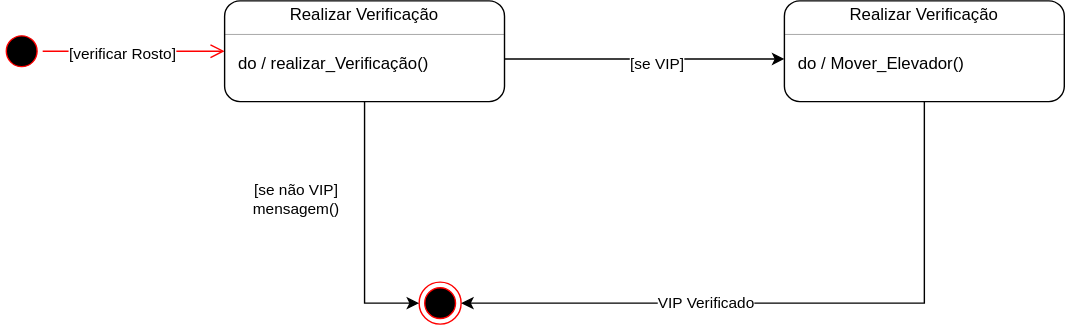
The draw.io diagram Diagrama-Estados/Estado-Verificar-Acesso-VIP.svg in wholocked1/Projeto-2-modelagem, before a commit. Source tidied: cells renumbered, new cells last; positions are measured from the earlier drawing's top-left corner, leaving out a move shared by most shapes. The source it was exported from:
```xml
<mxGraphModel>
  <root>
    <mxCell id="0" />
    <mxCell id="1" parent="0" />
    <mxCell id="2" style="ellipse;html=1;shape=endState;fillColor=#000000;strokeColor=#ff0000;" parent="1" vertex="1">
      <mxGeometry x="299" y="201" width="30" height="30" as="geometry" />
    </mxCell>
    <mxCell id="3" style="ellipse;html=1;shape=startState;fillColor=#000000;strokeColor=#ff0000;" parent="1" vertex="1">
      <mxGeometry y="21" width="30" height="30" as="geometry" />
    </mxCell>
    <mxCell id="4" style="edgeStyle=orthogonalEdgeStyle;html=1;verticalAlign=bottom;endArrow=open;endSize=8;strokeColor=#ff0000;rounded=0;entryX=0;entryY=0.5;entryDx=0;entryDy=0;" parent="1" edge="1" source="3">
      <mxGeometry relative="1" as="geometry">
        <mxPoint x="160" y="36" as="targetPoint" />
      </mxGeometry>
    </mxCell>
    <mxCell id="5" value="[verificar Rosto]" style="edgeLabel;html=1;align=center;verticalAlign=middle;" parent="4" vertex="1">
      <mxGeometry x="-0.14" y="-1" relative="1" as="geometry" />
    </mxCell>
    <mxCell id="6" style="fontStyle=1;align=center;verticalAlign=middle;horizontal=1;rounded=1;absoluteArcSize=1;arcSize=22;" parent="1" vertex="1">
      <mxGeometry x="160" width="200" height="72" as="geometry" />
    </mxCell>
    <mxCell id="7" value="Realizar Verificação" style="html=1;align=center;spacing=0;verticalAlign=middle;strokeColor=none;fillColor=none;whiteSpace=wrap;" parent="6" vertex="1">
      <mxGeometry width="200" height="20" as="geometry" />
    </mxCell>
    <mxCell id="8" style="line;strokeWidth=0.25;fillColor=none;align=left;verticalAlign=middle;spacingTop=-1;spacingLeft=3;spacingRight=3;labelPosition=right;" parent="6" vertex="1">
      <mxGeometry y="20" width="200" height="8" as="geometry" />
    </mxCell>
    <mxCell id="9" style="html=1;align=left;spacing=0;spacingLeft=10;verticalAlign=middle;strokeColor=none;fillColor=none;whiteSpace=wrap;" parent="6" vertex="1">
      <mxGeometry y="28" width="200" height="10" as="geometry" />
    </mxCell>
    <mxCell id="10" value="do / realizar_Verificação()" style="html=1;align=left;spacing=0;spacingLeft=10;verticalAlign=middle;strokeColor=none;fillColor=none;whiteSpace=wrap;" parent="6" vertex="1">
      <mxGeometry y="38" width="200" height="14" as="geometry" />
    </mxCell>
    <mxCell id="11" style="html=1;align=left;spacing=0;spacingLeft=10;verticalAlign=middle;strokeColor=none;fillColor=none;whiteSpace=wrap;" parent="6" vertex="1">
      <mxGeometry y="52" width="200" height="20" as="geometry" />
    </mxCell>
    <mxCell id="12" style="edgeStyle=orthogonalEdgeStyle;rounded=0;jettySize=auto;html=1;exitX=0.5;exitY=1;exitDx=0;exitDy=0;entryX=0;entryY=0.5;entryDx=0;entryDy=0;" parent="1" edge="1" source="11" target="2">
      <mxGeometry relative="1" as="geometry" />
    </mxCell>
    <mxCell id="13" value="[se não VIP]&lt;br&gt;mensagem()" style="edgeLabel;html=1;align=center;verticalAlign=middle;" parent="12" vertex="1">
      <mxGeometry x="-0.52" y="-2" relative="1" as="geometry">
        <mxPoint x="-48" y="25" as="offset" />
      </mxGeometry>
    </mxCell>
    <mxCell id="14" style="fontStyle=1;align=center;verticalAlign=middle;horizontal=1;rounded=1;absoluteArcSize=1;arcSize=22;" parent="1" vertex="1">
      <mxGeometry x="560" width="200" height="72" as="geometry" />
    </mxCell>
    <mxCell id="15" value="Realizar Verificação" style="html=1;align=center;spacing=0;verticalAlign=middle;strokeColor=none;fillColor=none;whiteSpace=wrap;" parent="14" vertex="1">
      <mxGeometry width="200" height="20" as="geometry" />
    </mxCell>
    <mxCell id="16" style="line;strokeWidth=0.25;fillColor=none;align=left;verticalAlign=middle;spacingTop=-1;spacingLeft=3;spacingRight=3;labelPosition=right;" parent="14" vertex="1">
      <mxGeometry y="20" width="200" height="8" as="geometry" />
    </mxCell>
    <mxCell id="17" style="html=1;align=left;spacing=0;spacingLeft=10;verticalAlign=middle;strokeColor=none;fillColor=none;whiteSpace=wrap;" parent="14" vertex="1">
      <mxGeometry y="28" width="200" height="10" as="geometry" />
    </mxCell>
    <mxCell id="18" value="do / Mover_Elevador()" style="html=1;align=left;spacing=0;spacingLeft=10;verticalAlign=middle;strokeColor=none;fillColor=none;whiteSpace=wrap;" parent="14" vertex="1">
      <mxGeometry y="38" width="200" height="14" as="geometry" />
    </mxCell>
    <mxCell id="19" style="html=1;align=left;spacing=0;spacingLeft=10;verticalAlign=middle;strokeColor=none;fillColor=none;whiteSpace=wrap;" parent="14" vertex="1">
      <mxGeometry y="52" width="200" height="20" as="geometry" />
    </mxCell>
    <mxCell id="20" style="edgeStyle=orthogonalEdgeStyle;rounded=0;jettySize=auto;html=1;exitX=1;exitY=0.25;exitDx=0;exitDy=0;entryX=0;entryY=0.25;entryDx=0;entryDy=0;" parent="1" edge="1" source="10" target="18">
      <mxGeometry relative="1" as="geometry" />
    </mxCell>
    <mxCell id="21" value="[se VIP]" style="edgeLabel;html=1;align=center;verticalAlign=middle;" parent="20" vertex="1">
      <mxGeometry x="0.08" y="-2" relative="1" as="geometry">
        <mxPoint y="1" as="offset" />
      </mxGeometry>
    </mxCell>
    <mxCell id="22" style="edgeStyle=orthogonalEdgeStyle;rounded=0;jettySize=auto;html=1;exitX=0.5;exitY=1;exitDx=0;exitDy=0;entryX=1;entryY=0.5;entryDx=0;entryDy=0;" parent="1" edge="1" source="19" target="2">
      <mxGeometry relative="1" as="geometry" />
    </mxCell>
    <mxCell id="23" value="VIP Verificado" style="edgeLabel;html=1;align=center;verticalAlign=middle;" parent="22" vertex="1">
      <mxGeometry x="0.27" y="-1" relative="1" as="geometry" />
    </mxCell>
  </root>
</mxGraphModel>
```
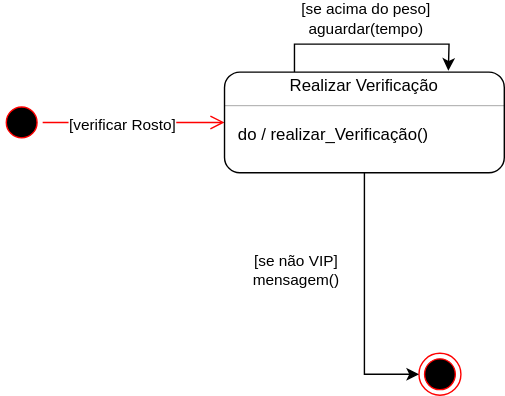
The same diagram one commit later.

Diff of the diagram source:
```diff
@@ -19,6 +19,16 @@
     <mxCell id="6" style="fontStyle=1;align=center;verticalAlign=middle;horizontal=1;rounded=1;absoluteArcSize=1;arcSize=22;" parent="1" vertex="1">
       <mxGeometry x="160" width="200" height="72" as="geometry" />
     </mxCell>
+    <mxCell id="24" style="edgeStyle=orthogonalEdgeStyle;rounded=0;jettySize=auto;html=1;exitX=0.25;exitY=0;exitDx=0;exitDy=0;" parent="6" edge="1" source="7">
+      <mxGeometry relative="1" as="geometry">
+        <mxPoint x="160" y="-1" as="targetPoint" />
+      </mxGeometry>
+    </mxCell>
+    <mxCell id="25" value="[se acima do peso]&lt;br&gt;aguardar(tempo)" style="edgeLabel;html=1;align=center;verticalAlign=middle;" parent="24" vertex="1">
+      <mxGeometry x="-0.05" y="2" relative="1" as="geometry">
+        <mxPoint x="-1" y="-17" as="offset" />
+      </mxGeometry>
+    </mxCell>
     <mxCell id="7" value="Realizar Verificação" style="html=1;align=center;spacing=0;verticalAlign=middle;strokeColor=none;fillColor=none;whiteSpace=wrap;" parent="6" vertex="1">
       <mxGeometry width="200" height="20" as="geometry" />
     </mxCell>
@@ -42,37 +52,5 @@
         <mxPoint x="-48" y="25" as="offset" />
       </mxGeometry>
     </mxCell>
-    <mxCell id="14" style="fontStyle=1;align=center;verticalAlign=middle;horizontal=1;rounded=1;absoluteArcSize=1;arcSize=22;" parent="1" vertex="1">
-      <mxGeometry x="560" width="200" height="72" as="geometry" />
-    </mxCell>
-    <mxCell id="15" value="Realizar Verificação" style="html=1;align=center;spacing=0;verticalAlign=middle;strokeColor=none;fillColor=none;whiteSpace=wrap;" parent="14" vertex="1">
-      <mxGeometry width="200" height="20" as="geometry" />
-    </mxCell>
-    <mxCell id="16" style="line;strokeWidth=0.25;fillColor=none;align=left;verticalAlign=middle;spacingTop=-1;spacingLeft=3;spacingRight=3;labelPosition=right;" parent="14" vertex="1">
-      <mxGeometry y="20" width="200" height="8" as="geometry" />
-    </mxCell>
-    <mxCell id="17" style="html=1;align=left;spacing=0;spacingLeft=10;verticalAlign=middle;strokeColor=none;fillColor=none;whiteSpace=wrap;" parent="14" vertex="1">
-      <mxGeometry y="28" width="200" height="10" as="geometry" />
-    </mxCell>
-    <mxCell id="18" value="do / Mover_Elevador()" style="html=1;align=left;spacing=0;spacingLeft=10;verticalAlign=middle;strokeColor=none;fillColor=none;whiteSpace=wrap;" parent="14" vertex="1">
-      <mxGeometry y="38" width="200" height="14" as="geometry" />
-    </mxCell>
-    <mxCell id="19" style="html=1;align=left;spacing=0;spacingLeft=10;verticalAlign=middle;strokeColor=none;fillColor=none;whiteSpace=wrap;" parent="14" vertex="1">
-      <mxGeometry y="52" width="200" height="20" as="geometry" />
-    </mxCell>
-    <mxCell id="20" style="edgeStyle=orthogonalEdgeStyle;rounded=0;jettySize=auto;html=1;exitX=1;exitY=0.25;exitDx=0;exitDy=0;entryX=0;entryY=0.25;entryDx=0;entryDy=0;" parent="1" edge="1" source="10" target="18">
-      <mxGeometry relative="1" as="geometry" />
-    </mxCell>
-    <mxCell id="21" value="[se VIP]" style="edgeLabel;html=1;align=center;verticalAlign=middle;" parent="20" vertex="1">
-      <mxGeometry x="0.08" y="-2" relative="1" as="geometry">
-        <mxPoint y="1" as="offset" />
-      </mxGeometry>
-    </mxCell>
-    <mxCell id="22" style="edgeStyle=orthogonalEdgeStyle;rounded=0;jettySize=auto;html=1;exitX=0.5;exitY=1;exitDx=0;exitDy=0;entryX=1;entryY=0.5;entryDx=0;entryDy=0;" parent="1" edge="1" source="19" target="2">
-      <mxGeometry relative="1" as="geometry" />
-    </mxCell>
-    <mxCell id="23" value="VIP Verificado" style="edgeLabel;html=1;align=center;verticalAlign=middle;" parent="22" vertex="1">
-      <mxGeometry x="0.27" y="-1" relative="1" as="geometry" />
-    </mxCell>
   </root>
 </mxGraphModel>
```
